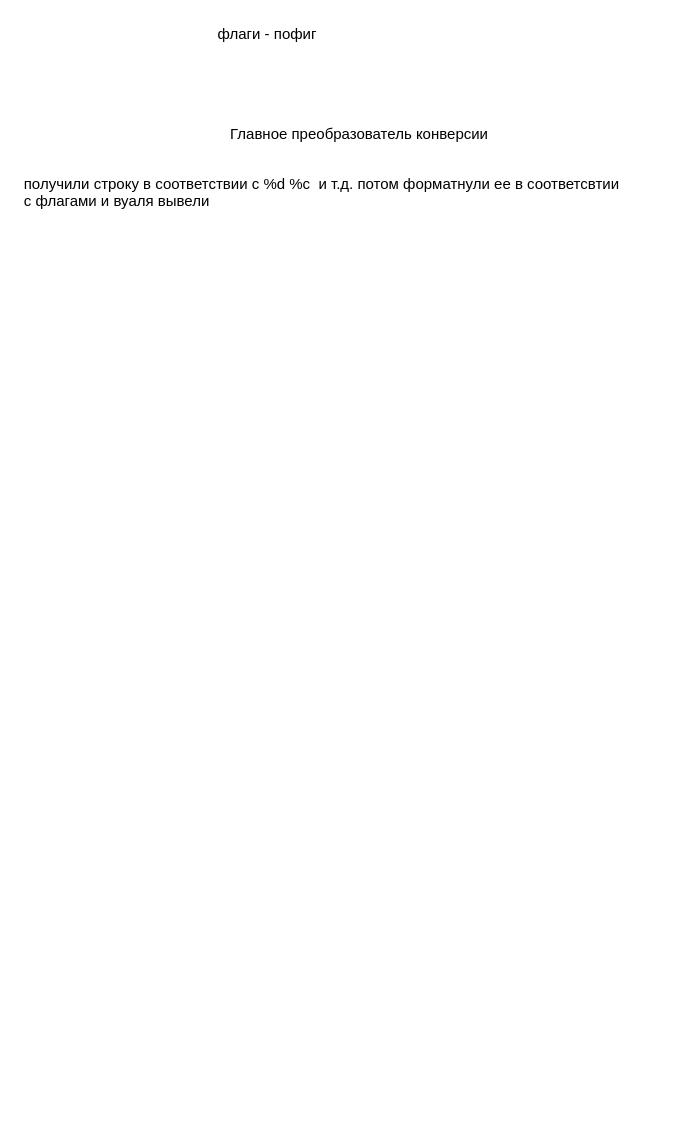
Above: page "conversion s" (6 of 7) of thougths.drawio in vlukjanenko/ft_printf (draw.io), before the change. Source tidied: cells renumbered, new cells numbered last; positions are measured from the earlier drawing's top-left corner, leaving out a move shared by most shapes. Both pictures are drawn from the tidied source at 125%, with x=0, y=0 at pixel (21, 21).
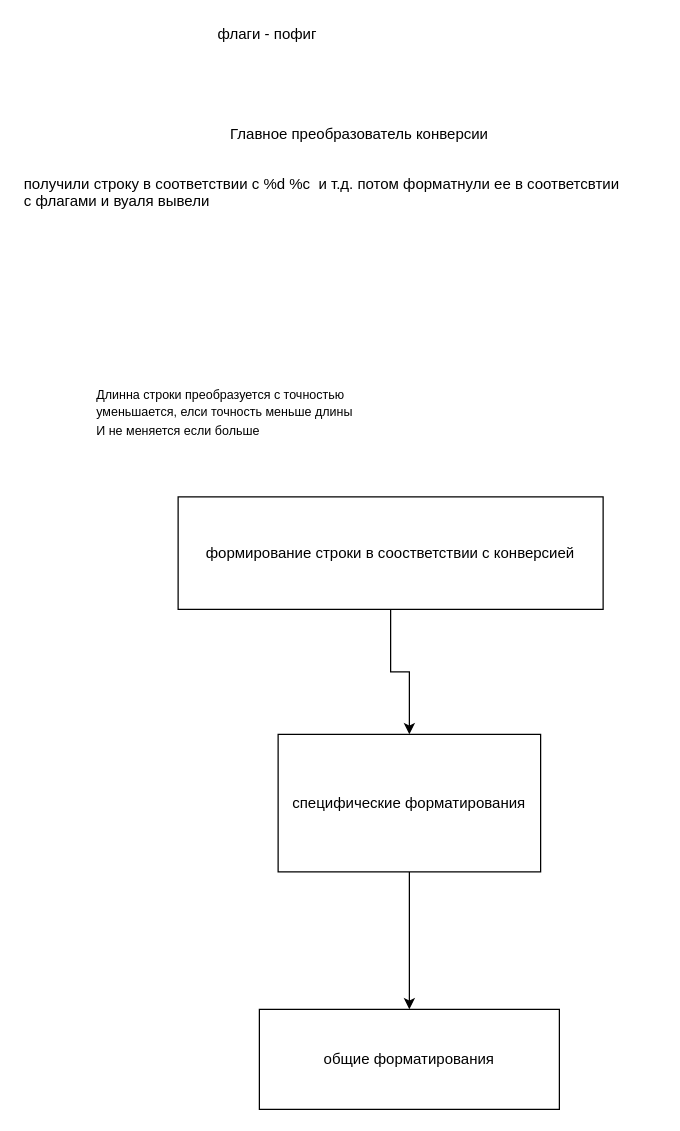
Above is the later version.

What changed in the source:
```diff
@@
 <mxGraphModel>
   <root>
     <mxCell id="0" />
     <mxCell id="1" parent="0" />
     <mxCell id="2" value="флаги - пофиг" style="text;html=1;align=left;verticalAlign=top;spacingTop=-4;" parent="1" vertex="1">
       <mxGeometry x="155" width="100" height="20" as="geometry" />
     </mxCell>
     <mxCell id="3" value="Главное преобразователь конверсии" style="text;html=1;align=left;verticalAlign=top;spacingTop=-4;" parent="1" vertex="1">
       <mxGeometry x="165" y="80" width="230" height="20" as="geometry" />
     </mxCell>
     <mxCell id="4" value="получили строку в соответствии с %d %c&amp;nbsp; и т.д. потом форматнули ее в соответсвтии&amp;nbsp;&lt;br&gt;с флагами и вуаля вывели" style="text;html=1;align=left;verticalAlign=top;spacingTop=-4;" parent="1" vertex="1">
       <mxGeometry y="120" width="510" height="30" as="geometry" />
     </mxCell>
+    <mxCell id="5" value="&lt;font size=&quot;1&quot;&gt;Длинна строки преобразуется с точностью&lt;br&gt;уменьшается, елси точность меньше длины&lt;br&gt;И не меняется если больше&lt;br&gt;&lt;/font&gt;" style="text;html=1;align=left;verticalAlign=top;spacingTop=-4;" parent="1" vertex="1">
+      <mxGeometry x="58" y="288" width="220" height="40" as="geometry" />
+    </mxCell>
+    <mxCell id="6" style="edgeStyle=orthogonalEdgeStyle;rounded=0;jettySize=auto;html=1;" parent="1" edge="1" source="7" target="9">
+      <mxGeometry relative="1" as="geometry" />
+    </mxCell>
+    <mxCell id="7" value="формирование строки в соостветствии с конверсией" style="rounded=0;whiteSpace=wrap;html=1;" parent="1" vertex="1">
+      <mxGeometry x="125" y="380" width="340" height="90" as="geometry" />
+    </mxCell>
+    <mxCell id="8" style="edgeStyle=orthogonalEdgeStyle;rounded=0;jettySize=auto;html=1;" parent="1" edge="1" source="9" target="10">
+      <mxGeometry relative="1" as="geometry" />
+    </mxCell>
+    <mxCell id="9" value="специфические форматирования" style="rounded=0;whiteSpace=wrap;html=1;" parent="1" vertex="1">
+      <mxGeometry x="205" y="570" width="210" height="110" as="geometry" />
+    </mxCell>
+    <mxCell id="10" value="общие форматирования" style="rounded=0;whiteSpace=wrap;html=1;" parent="1" vertex="1">
+      <mxGeometry x="190" y="790" width="240" height="80" as="geometry" />
+    </mxCell>
   </root>
 </mxGraphModel>
```
